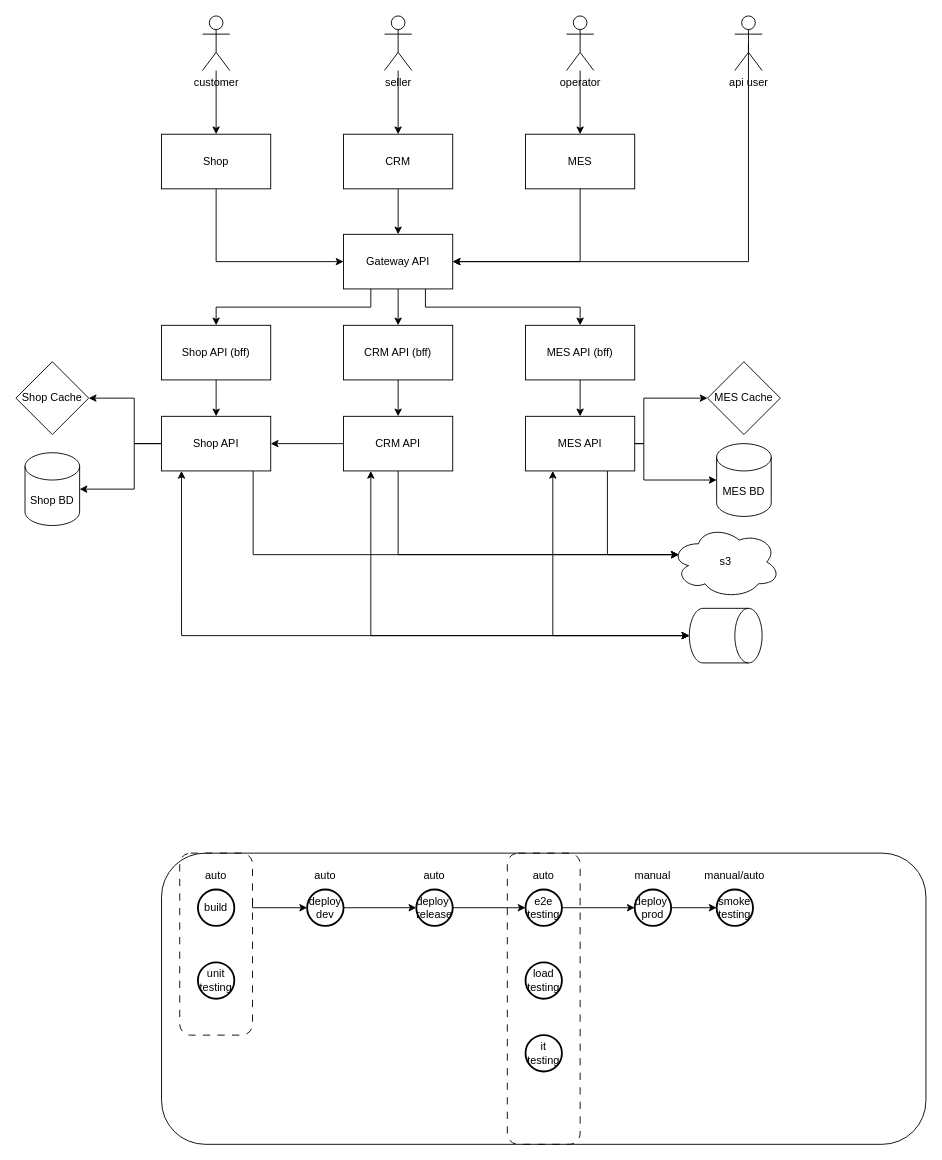
Earlier version of the draw.io diagram Task1/alexandrite.drawio (rogzy/architecture-alexandrite). Source tidied: cells renumbered, new cells numbered last; positions are measured from the earlier drawing's top-left corner, leaving out a move shared by most shapes. Both pictures are drawn from the tidied source at 91%, with x=0, y=0 at pixel (15, 15).
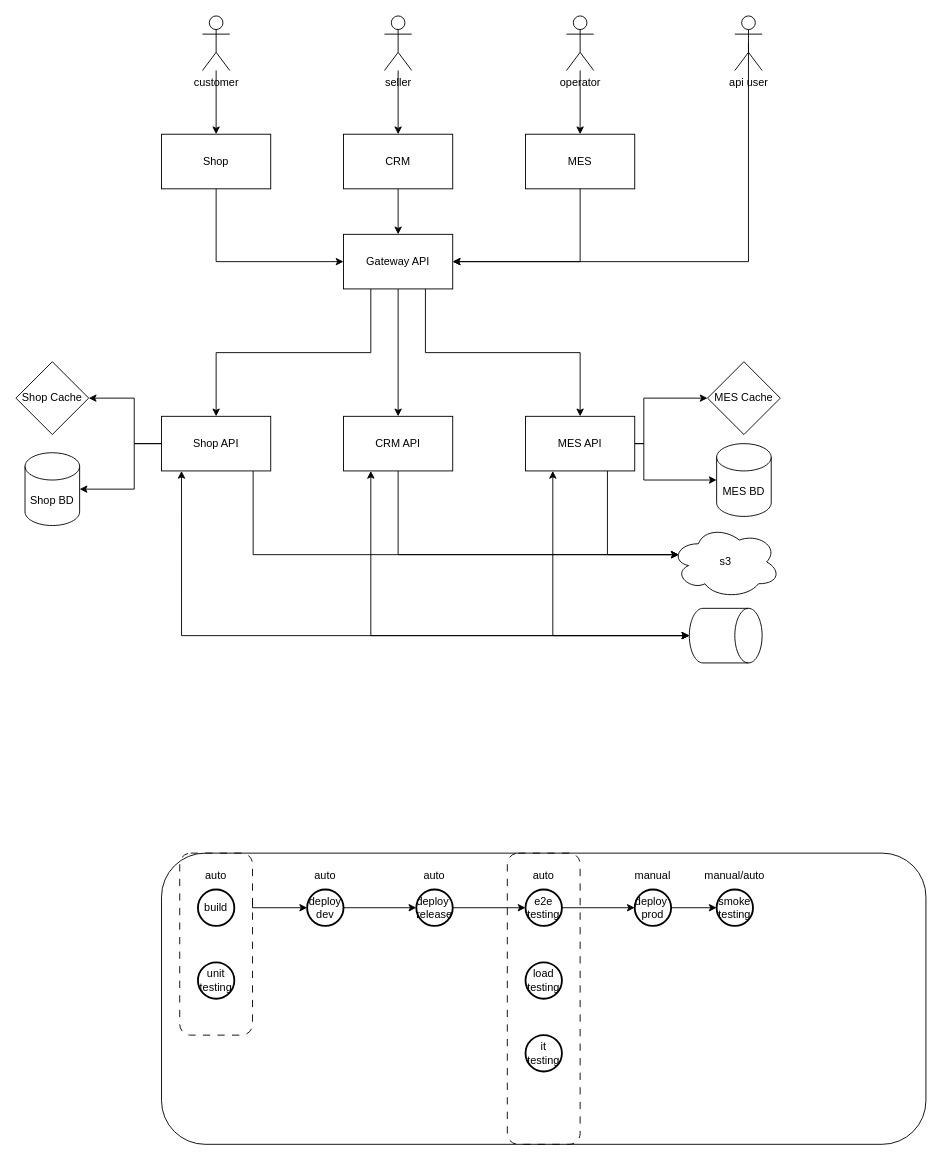
The same page after the edit.

Unchanged cells that the change refers to:
```xml
<mxCell id="29" value="Shop API" style="rounded=0;whiteSpace=wrap;html=1;" parent="1" vertex="1">
  <mxGeometry x="160" y="440" width="120" height="60" as="geometry" />
</mxCell>
<mxCell id="31" value="CRM API" style="rounded=0;whiteSpace=wrap;html=1;" parent="1" vertex="1">
  <mxGeometry x="360" y="440" width="120" height="60" as="geometry" />
</mxCell>
<mxCell id="33" value="MES API" style="rounded=0;whiteSpace=wrap;html=1;" parent="1" vertex="1">
  <mxGeometry x="560" y="440" width="120" height="60" as="geometry" />
</mxCell>
<mxCell id="64" value="Gateway API" style="rounded=0;whiteSpace=wrap;html=1;" parent="1" vertex="1">
  <mxGeometry x="360" y="240" width="120" height="60" as="geometry" />
</mxCell>
```

Change to the diagram source:
```diff
@@
-    <mxCell id="5" style="edgeStyle=orthogonalEdgeStyle;rounded=0;jettySize=auto;html=1;" parent="1" edge="1" source="6" target="33">
-      <mxGeometry relative="1" as="geometry" />
-    </mxCell>
-    <mxCell id="6" value="MES API (bff)" style="rounded=0;whiteSpace=wrap;html=1;" parent="1" vertex="1">
-      <mxGeometry x="560" y="340" width="120" height="60" as="geometry" />
-    </mxCell>
@@
-    <mxCell id="10" value="Shop API (bff)" style="rounded=0;whiteSpace=wrap;html=1;" parent="1" vertex="1">
-      <mxGeometry x="160" y="340" width="120" height="60" as="geometry" />
-    </mxCell>
@@
-    <mxCell id="12" style="edgeStyle=orthogonalEdgeStyle;rounded=0;jettySize=auto;html=1;" parent="1" edge="1" source="13" target="31">
-      <mxGeometry relative="1" as="geometry" />
-    </mxCell>
-    <mxCell id="13" value="CRM API (bff)" style="rounded=0;whiteSpace=wrap;html=1;" parent="1" vertex="1">
-      <mxGeometry x="360" y="340" width="120" height="60" as="geometry" />
-    </mxCell>
@@
-    <mxCell id="28" style="edgeStyle=orthogonalEdgeStyle;rounded=0;jettySize=auto;html=1;entryX=0.5;entryY=0;entryDx=0;entryDy=0;entryPerimeter=0;" parent="1" edge="1" source="10" target="29">
-      <mxGeometry relative="1" as="geometry" />
-    </mxCell>
@@
-    <mxCell id="30" style="edgeStyle=orthogonalEdgeStyle;rounded=0;jettySize=auto;html=1;" parent="1" edge="1" source="31" target="29">
-      <mxGeometry relative="1" as="geometry" />
-    </mxCell>
@@
-    <mxCell id="63" style="edgeStyle=orthogonalEdgeStyle;rounded=0;jettySize=auto;html=1;" parent="1" edge="1" source="64" target="13">
+    <mxCell id="63" style="edgeStyle=orthogonalEdgeStyle;rounded=0;jettySize=auto;html=1;entryX=0.5;entryY=0;entryDx=0;entryDy=0;" parent="1" edge="1" source="64" target="31">
       <mxGeometry relative="1" as="geometry" />
     </mxCell>
@@
-    <mxCell id="67" style="endArrow=classic;html=1;rounded=0;exitX=0.25;exitY=1;exitDx=0;exitDy=0;entryX=0.5;entryY=0;entryDx=0;entryDy=0;edgeStyle=orthogonalEdgeStyle;" parent="1" edge="1" source="64" target="10">
+    <mxCell id="67" style="endArrow=classic;html=1;rounded=0;exitX=0.25;exitY=1;exitDx=0;exitDy=0;entryX=0.5;entryY=0;entryDx=0;entryDy=0;edgeStyle=orthogonalEdgeStyle;" parent="1" edge="1" source="64" target="29">
       <mxGeometry relative="1" as="geometry" />
     </mxCell>
-    <mxCell id="68" style="endArrow=classic;html=1;rounded=0;exitX=0.75;exitY=1;exitDx=0;exitDy=0;entryX=0.5;entryY=0;entryDx=0;entryDy=0;edgeStyle=orthogonalEdgeStyle;" parent="1" edge="1" source="64" target="6">
+    <mxCell id="68" style="endArrow=classic;html=1;rounded=0;exitX=0.75;exitY=1;exitDx=0;exitDy=0;entryX=0.5;entryY=0;entryDx=0;entryDy=0;edgeStyle=orthogonalEdgeStyle;" parent="1" edge="1" source="64" target="33">
       <mxGeometry relative="1" as="geometry" />
     </mxCell>
```
